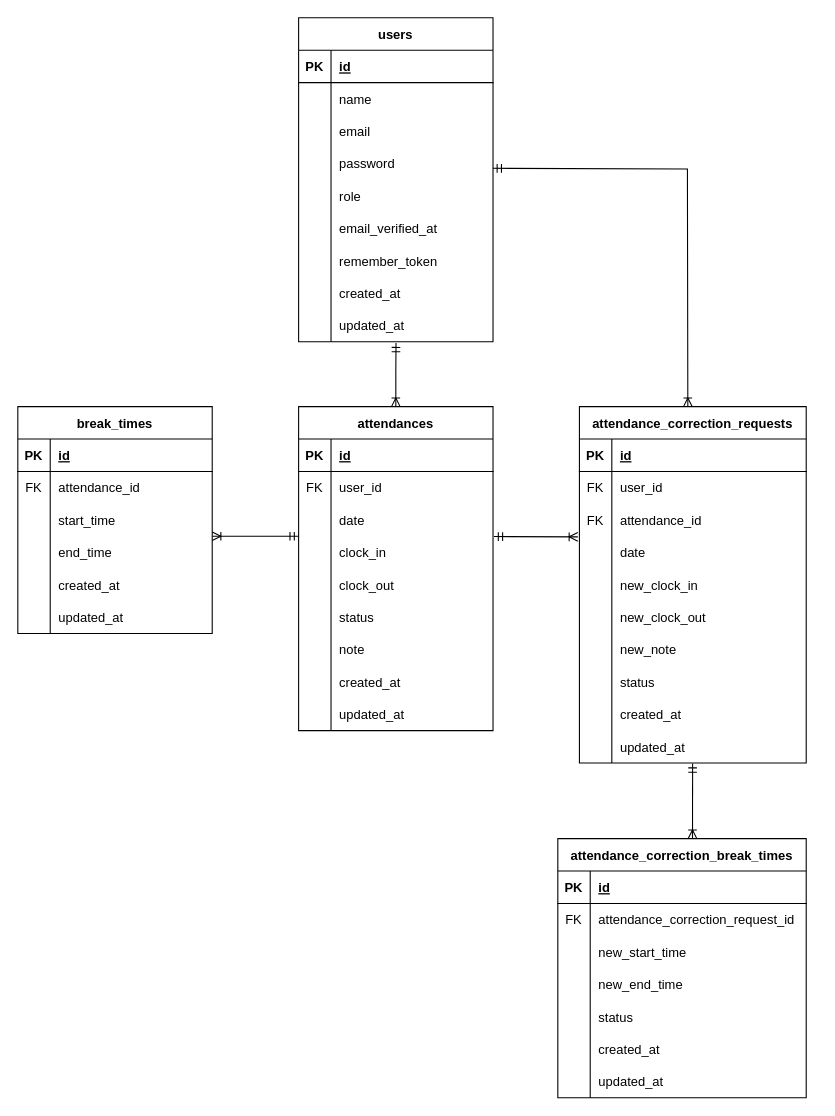
The draw.io diagram src/Attendance-Management-App.dio in Daisuke70/Attendance-Management-App, before the edit. Source tidied: cells renumbered, new cells numbered last; positions are measured from the earlier drawing's top-left corner, leaving out a move shared by most shapes. Both pictures are drawn from the tidied source at 108%, with x=0, y=0 at pixel (17, 17).
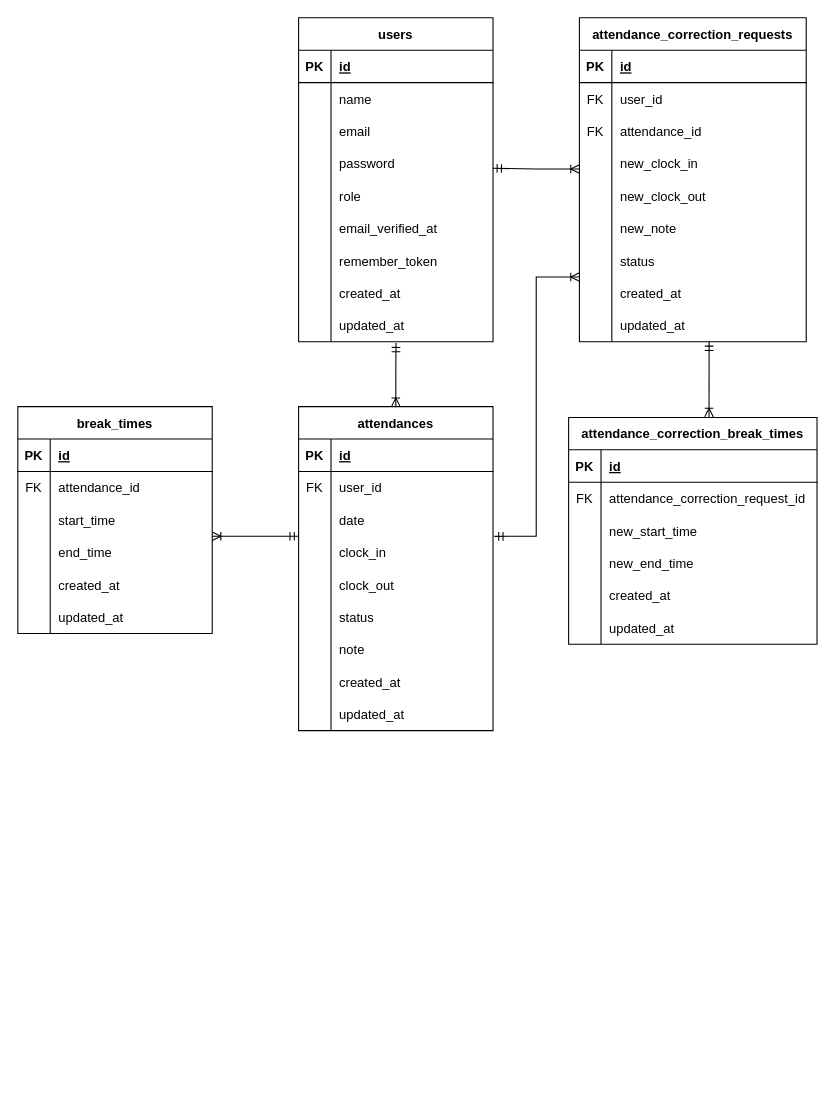
The same page after the edit.

Unchanged cells that the change refers to:
```xml
<mxCell id="12" style="shape=tableRow;horizontal=0;startSize=0;swimlaneHead=0;swimlaneBody=0;fillColor=none;points=[[0,0.5],[1,0.5]];portConstraint=eastwest;top=0;left=0;right=0;bottom=0;" parent="2" vertex="1">
  <mxGeometry y="120" width="180" height="30" as="geometry" />
</mxCell>
<mxCell id="37" style="shape=tableRow;horizontal=0;startSize=0;swimlaneHead=0;swimlaneBody=0;fillColor=none;points=[[0,0.5],[1,0.5]];portConstraint=eastwest;top=0;left=0;right=0;bottom=0;" parent="30" vertex="1">
  <mxGeometry y="90" width="180" height="30" as="geometry" />
</mxCell>
<mxCell id="40" style="shape=tableRow;horizontal=0;startSize=0;swimlaneHead=0;swimlaneBody=0;fillColor=none;points=[[0,0.5],[1,0.5]];portConstraint=eastwest;top=0;left=0;right=0;bottom=0;" parent="30" vertex="1">
  <mxGeometry y="120" width="180" height="30" as="geometry" />
</mxCell>
```

What changed in the source:
```diff
@@
-    <mxCell id="78" style="fontSize=12;html=1;endArrow=ERoneToMany;rounded=0;startArrow=ERmandOne;startFill=0;entryX=-0.007;entryY=0.02;entryDx=0;entryDy=0;entryPerimeter=0;exitX=1.005;exitY=0.011;exitDx=0;exitDy=0;exitPerimeter=0;" parent="1" edge="1" source="40">
+    <mxCell id="78" style="fontSize=12;html=1;endArrow=ERoneToMany;rounded=0;startArrow=ERmandOne;startFill=0;exitX=1.007;exitY=1.004;exitDx=0;exitDy=0;exitPerimeter=0;entryX=0;entryY=0;entryDx=0;entryDy=0;entryPerimeter=0;" parent="1" edge="1" source="37" target="106">
       <mxGeometry relative="1" as="geometry">
-        <mxPoint x="518.5" y="480.6" as="targetPoint" />
+        <Array as="points">
+          <mxPoint x="480" y="480" />
+          <mxPoint x="480" y="240" />
+        </Array>
       </mxGeometry>
     </mxCell>
@@
-    <mxCell id="80" style="fontSize=12;html=1;endArrow=ERoneToMany;rounded=0;startArrow=ERmandOne;startFill=0;exitX=0.999;exitY=0.645;exitDx=0;exitDy=0;exitPerimeter=0;entryX=0.478;entryY=0;entryDx=0;entryDy=0;entryPerimeter=0;" parent="1" edge="1" source="12" target="81">
+    <mxCell id="80" style="fontSize=12;html=1;endArrow=ERoneToMany;rounded=0;startArrow=ERmandOne;startFill=0;exitX=0.999;exitY=0.645;exitDx=0;exitDy=0;exitPerimeter=0;" parent="1" edge="1" source="12">
       <mxGeometry relative="1" as="geometry">
+        <mxPoint x="520" y="140" as="targetPoint" />
         <Array as="points">
-          <mxPoint x="620" y="140" />
+          <mxPoint x="480" y="140" />
         </Array>
       </mxGeometry>
     </mxCell>
     <mxCell id="81" value="attendance_correction_requests" style="shape=table;startSize=30;childLayout=tableLayout;rowLines=0;fontStyle=1;align=center;" parent="1" vertex="1">
-      <mxGeometry x="520" y="360" width="210" height="330" as="geometry" />
+      <mxGeometry x="520" width="210" height="300" as="geometry" />
     </mxCell>
@@
-    <mxCell id="91" style="shape=tableRow;horizontal=0;startSize=0;swimlaneHead=0;swimlaneBody=0;fillColor=none;top=0;left=0;right=0;bottom=0;" parent="81" vertex="1">
-      <mxGeometry y="120" width="210" height="30" as="geometry" />
-    </mxCell>
-    <mxCell id="92" style="shape=partialRectangle;fillColor=none;top=0;left=0;bottom=0;right=0;overflow=hidden;" parent="91" vertex="1">
-      <mxGeometry width="30" height="30" as="geometry" />
-    </mxCell>
-    <mxCell id="93" value="date" style="shape=partialRectangle;fillColor=none;top=0;left=0;bottom=0;right=0;align=left;spacingLeft=6;overflow=hidden;" parent="91" vertex="1">
-      <mxGeometry x="30" width="180" height="30" as="geometry" />
-    </mxCell>
     <mxCell id="94" style="shape=tableRow;horizontal=0;startSize=0;swimlaneHead=0;swimlaneBody=0;fillColor=none;top=0;left=0;right=0;bottom=0;" parent="81" vertex="1">
-      <mxGeometry y="150" width="210" height="30" as="geometry" />
+      <mxGeometry y="120" width="210" height="30" as="geometry" />
     </mxCell>
@@
     <mxCell id="97" style="shape=tableRow;horizontal=0;startSize=0;swimlaneHead=0;swimlaneBody=0;fillColor=none;top=0;left=0;right=0;bottom=0;" parent="81" vertex="1">
-      <mxGeometry y="180" width="210" height="30" as="geometry" />
+      <mxGeometry y="150" width="210" height="30" as="geometry" />
     </mxCell>
@@
     <mxCell id="100" style="shape=tableRow;horizontal=0;startSize=0;swimlaneHead=0;swimlaneBody=0;fillColor=none;top=0;left=0;right=0;bottom=0;" parent="81" vertex="1">
-      <mxGeometry y="210" width="210" height="30" as="geometry" />
+      <mxGeometry y="180" width="210" height="30" as="geometry" />
     </mxCell>
@@
     <mxCell id="103" style="shape=tableRow;horizontal=0;startSize=0;swimlaneHead=0;swimlaneBody=0;fillColor=none;top=0;left=0;right=0;bottom=0;" parent="81" vertex="1">
-      <mxGeometry y="240" width="210" height="30" as="geometry" />
+      <mxGeometry y="210" width="210" height="30" as="geometry" />
     </mxCell>
@@
     <mxCell id="106" style="shape=tableRow;horizontal=0;startSize=0;swimlaneHead=0;swimlaneBody=0;fillColor=none;points=[[0,0.5],[1,0.5]];portConstraint=eastwest;top=0;left=0;right=0;bottom=0;" parent="81" vertex="1">
-      <mxGeometry y="270" width="210" height="30" as="geometry" />
+      <mxGeometry y="240" width="210" height="30" as="geometry" />
     </mxCell>
@@
     <mxCell id="109" style="shape=tableRow;horizontal=0;startSize=0;swimlaneHead=0;swimlaneBody=0;fillColor=none;top=0;left=0;right=0;bottom=0;" parent="81" vertex="1">
-      <mxGeometry y="300" width="210" height="30" as="geometry" />
+      <mxGeometry y="270" width="210" height="30" as="geometry" />
     </mxCell>
@@
     <mxCell id="112" value="attendance_correction_break_times" style="shape=table;startSize=30;childLayout=tableLayout;rowLines=0;fontStyle=1;align=center;" parent="1" vertex="1">
-      <mxGeometry x="500" y="760" width="230" height="240" as="geometry" />
+      <mxGeometry x="510" y="370" width="230" height="210" as="geometry" />
     </mxCell>
@@
-    <mxCell id="125" style="shape=tableRow;horizontal=0;startSize=0;swimlaneHead=0;swimlaneBody=0;fillColor=none;top=0;left=0;right=0;bottom=0;" parent="112" vertex="1">
-      <mxGeometry y="150" width="230" height="30" as="geometry" />
-    </mxCell>
-    <mxCell id="126" style="shape=partialRectangle;fillColor=none;top=0;left=0;bottom=0;right=0;overflow=hidden;" parent="125" vertex="1">
-      <mxGeometry width="30" height="30" as="geometry" />
-    </mxCell>
-    <mxCell id="127" value="status" style="shape=partialRectangle;fillColor=none;top=0;left=0;bottom=0;right=0;align=left;spacingLeft=6;overflow=hidden;" parent="125" vertex="1">
-      <mxGeometry x="30" width="200" height="30" as="geometry" />
-    </mxCell>
     <mxCell id="128" style="shape=tableRow;horizontal=0;startSize=0;swimlaneHead=0;swimlaneBody=0;fillColor=none;top=0;left=0;right=0;bottom=0;" parent="112" vertex="1">
-      <mxGeometry y="180" width="230" height="30" as="geometry" />
+      <mxGeometry y="150" width="230" height="30" as="geometry" />
     </mxCell>
@@
     <mxCell id="131" style="shape=tableRow;horizontal=0;startSize=0;swimlaneHead=0;swimlaneBody=0;fillColor=none;top=0;left=0;right=0;bottom=0;" parent="112" vertex="1">
-      <mxGeometry y="210" width="230" height="30" as="geometry" />
+      <mxGeometry y="180" width="230" height="30" as="geometry" />
     </mxCell>
@@
     <mxCell id="134" style="fontSize=12;html=1;endArrow=ERoneToMany;rounded=0;startArrow=ERmandOne;startFill=0;entryX=0.567;entryY=-0.002;entryDx=0;entryDy=0;entryPerimeter=0;exitX=0.514;exitY=1.05;exitDx=0;exitDy=0;exitPerimeter=0;" parent="1" edge="1">
       <mxGeometry relative="1" as="geometry">
-        <mxPoint x="624.8" y="690.5" as="sourcePoint" />
-        <mxPoint x="624.7" y="760" as="targetPoint" />
+        <mxPoint x="640.1" y="300" as="sourcePoint" />
+        <mxPoint x="640" y="369.5" as="targetPoint" />
       </mxGeometry>
     </mxCell>
```
